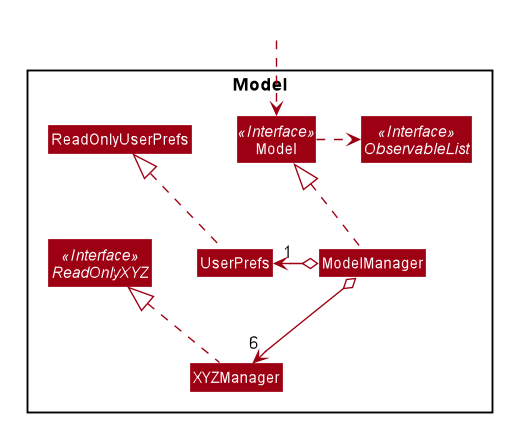
Before: docs/images/ModelClassDiagram.png, a diagram exported from PlantUML (zenatrick/main).
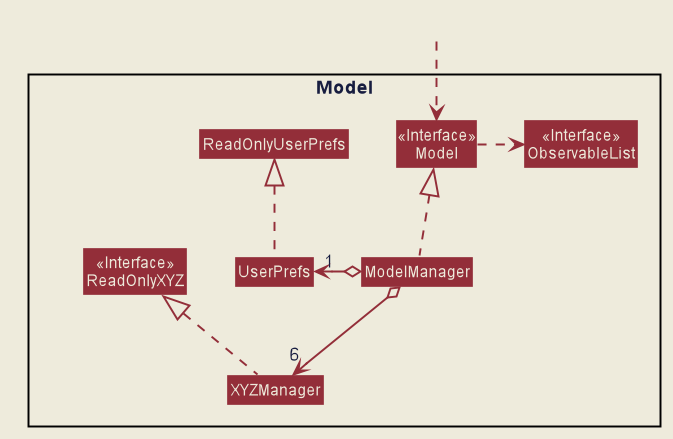
After the commit.

Diff of the diagram source:
```diff
@@ -6,17 +6,59 @@
 
 
 
+skinparam BackgroundColor #EEEBDC
+skinparam Shadowing false
+skinparam MinClassWidth 50
+skinparam PackageStyle Rectangle
 
+skinparam Default {
+    FontColor #171D40
+    FontName Arial
+    TextAlignment center
+}
 
-skinparam BackgroundColor #FFFFFFF
+skinparam Participant {
+    Padding 10
+    BorderColor #171D40
+}
 
-skinparam Shadowing false
+skinparam Title {
+    FontColor #171D40
+    FontName Arial
+    FontSize 22
+}
+
+skinparam Arrow {
+    Thickness 1.5
+    Color MidNightBlue
+}
+
+skinparam Note {
+    BackgroundColor #C6EAE3
+    FontColor MidNightBlue
+    BorderColor MidNightBlue
+    BorderThickness 2
+}
 
 skinparam Class {
-    FontColor #FFFFFF
     BorderThickness 1
-    BorderColor #FFFFFF
-    StereotypeFontColor #FFFFFF
+    BorderColor #171D40
+    BackgroundColor #A2E5F9
+    AttributeFontColor MidNightBlue
+    AttributeIconSize 0
+    StereotypeFontColor #171D40
+    StereotypeFontStyle normal
+    FontName Arial
+}
+
+skinparam Object {
+    BorderThickness 2
+    BorderColor #171D40
+    BackgroundColor #C6EAE3
+    AttributeFontColor MidNightBlue
+    AttributeIconSize 0
+    StereotypeFontColor #171D40
+    StereotypeFontStyle normal
     FontName Arial
 }
 
@@ -27,53 +69,74 @@
 }
 
 skinparam Sequence {
-    MessageAlign center
-    BoxFontSize 15
+    LifeLineBackgroundColor #C6EAE3
+    LifeLineBorderColor #171D40
+    LifeLineBorderThickness 1.5
+    MessageAlignment center
+    SequenceParticipantBorderThickness 10
+    ReferenceBackgroundColor #C6EAE3
+    ReferenceBorderColor #171D40
+    TitleFontColor #171D40
+    StereotypeFontStyle normal
+    BoxFontSize 22
+    BoxFontName Arial
+    BoxFontStyle normal
     BoxPadding 0
-    BoxFontColor #FFFFFF
-    FontName Arial
+    BoxBorderColor #EEEBDC
 }
 
 skinparam Participant {
-    FontColor #FFFFFFF
     Padding 20
 }
 
-skinparam MinClassWidth 50
-skinparam ParticipantPadding 10
-skinparam Shadowing false
-skinparam DefaultTextAlignment center
-skinparam packageStyle Rectangle
+skinparam Activity {
+    StartColor #171D40
+    EndColor #171D40
+    BorderThickness 1.5
+    BorderColor #171D40
+    BackgroundColor #A2E5F9
+    DiamondBackgroundColor #A2E5F9
+    DiamondBorderColor #171D40
+}
 
 hide footbox
-hide members
 hide circle
-skinparam arrowThickness 1.1
-skinparam arrowColor #9D0012
-skinparam classBackgroundColor #9D0012
+skinparam Class {
+    BorderColor #EEEBDC
+    FontColor #EEEBDC
+    BackgroundColor #932E39
+    StereotypeFontColor #EEEBDC
+}
+skinparam ArrowColor #932E39
+Class HiddenOutside #EEEBDC
 
 Package Model <<Rectangle>> {
-Interface ReadOnlyXYZ <<Interface>>
-Interface Model <<Interface>>
-Interface ObservableList <<Interface>>
+Class ReadOnlyXYZ <<Interface>>
+Class Model <<Interface>>
+Class ObservableList <<Interface>>
 Class XYZManager
 Class Model
 Class ModelManager
 Class UserPrefs
 Class ReadOnlyUserPrefs
+class HiddenClass
 
 }
 
+hide HiddenClass
+hide member
 
-Class HiddenOutside #FFFFFF
+Class HiddenOutside #EEEBDC
 HiddenOutside ..> Model
 
 XYZManager .up.|> ReadOnlyXYZ
 
 ModelManager .up.|> Model
 Model .right.> ObservableList
-ModelManager o--> "6" XYZManager
+ModelManager o-down-> "6" XYZManager
 ModelManager o-left-> "1" UserPrefs
+UserPrefs .up.|> HiddenClass
 UserPrefs .up.|> ReadOnlyUserPrefs
 
+
 @enduml
```
